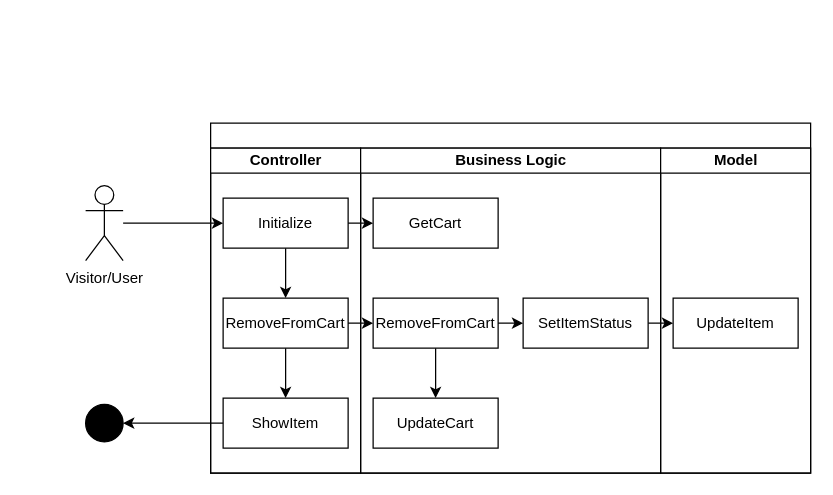
JochemGrootherder/educom-webshop-runtime-records keeps this draw.io diagram as diagrams/ASD/RemoveFromShoppingcart.drawio. Above is the earlier version. Source tidied: cells renumbered, new cells numbered last; positions are measured from the earlier drawing's top-left corner, leaving out a move shared by most shapes. Both pictures are drawn from the tidied source at 125%, with x=0, y=0 at pixel (85, 122).
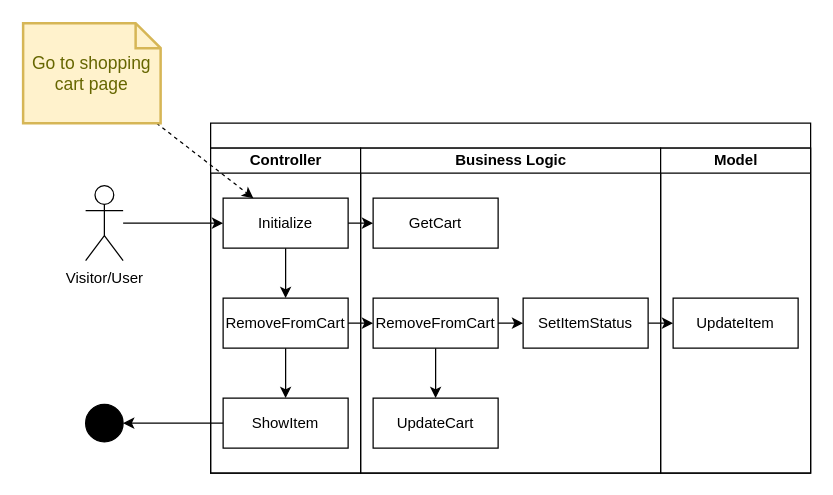
After the change.

The edit, as a diff of the source:
```diff
@@
+    <mxCell id="25" style="edgeStyle=none;html=1;dashed=1;" parent="1" edge="1" source="26">
+      <mxGeometry relative="1" as="geometry">
+        <mxPoint x="134.2" y="60" as="targetPoint" />
+      </mxGeometry>
+    </mxCell>
+    <mxCell id="26" value="Go to shopping cart page" style="shape=note;strokeWidth=2;fontSize=14;size=20;whiteSpace=wrap;html=1;fillColor=#fff2cc;strokeColor=#d6b656;fontColor=#666600;" parent="1" vertex="1">
+      <mxGeometry x="-50" y="-80" width="110" height="80" as="geometry" />
+    </mxCell>
```
